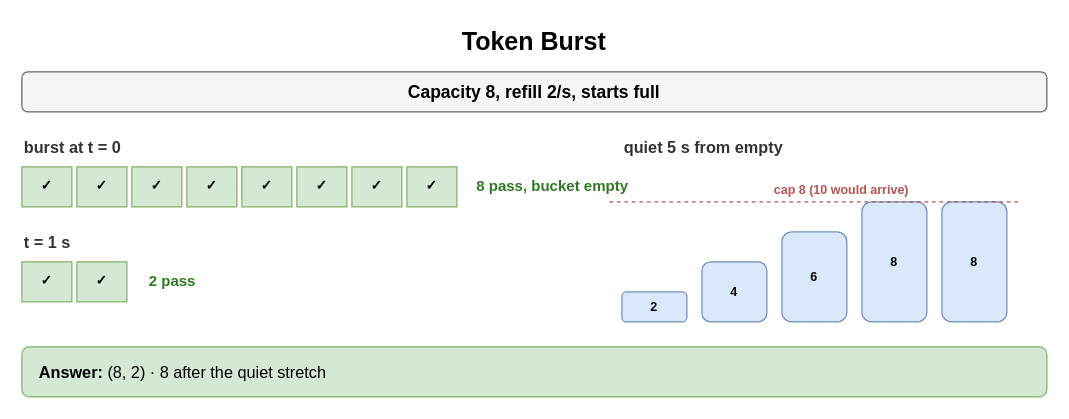
Earlier version of the draw.io diagram page "Token Burst" (3 of 8) of content/09_System_Design_Interview/17_Rate_Limiting_and_Throttling/diagrams/rate-limiting-drills.drawio (amendez13/swe-study-guide). Source tidied: cells renumbered, new cells numbered last; positions are measured from the earlier drawing's top-left corner, leaving out a move shared by most shapes. Both pictures are drawn from the tidied source at 125%, with x=0, y=0 at pixel (21, 21).
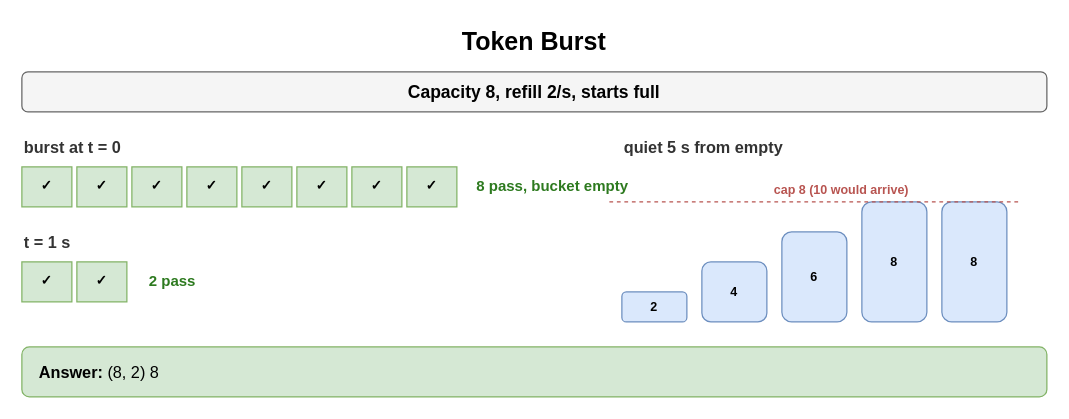
The same page after the edit.

Diff of the diagram source:
```diff
@@
-    <mxCell id="26" value="&lt;b&gt;Answer:&lt;/b&gt; (8, 2) · 8 after the quiet stretch" style="rounded=1;whiteSpace=wrap;html=1;fillColor=#d5e8d4;strokeColor=#82b366;fontSize=13;align=left;spacingLeft=12;" parent="1" vertex="1">
+    <mxCell id="26" value="&lt;b&gt;Answer:&lt;/b&gt; (8, 2) 8" style="rounded=1;whiteSpace=wrap;html=1;fillColor=#d5e8d4;strokeColor=#82b366;fontSize=13;align=left;spacingLeft=12;" parent="1" vertex="1">
       <mxGeometry y="260" width="820" height="40" as="geometry" />
     </mxCell>
```
